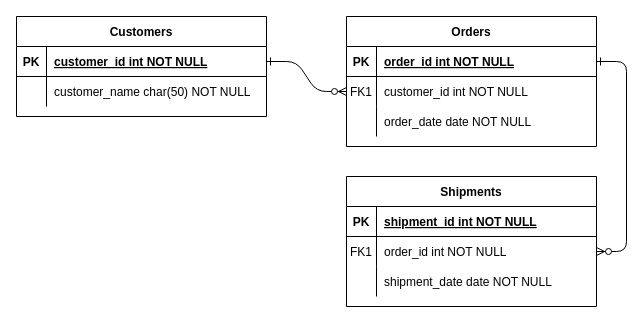
Above: 未命名绘图.drawio in hailunliu/warriers (draw.io), before the change. Source tidied: cells renumbered, new cells numbered last; positions are measured from the earlier drawing's top-left corner, leaving out a move shared by most shapes. Both pictures are drawn from the tidied source at 100%, with x=0, y=0 at pixel (16, 16).
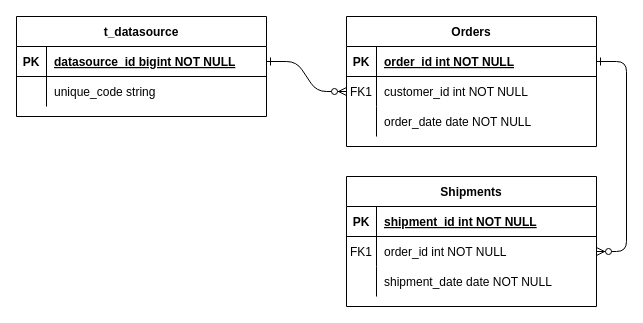
Above is the later version.

Commit message:
数据平台ER图.drawio

The change refers to these unchanged cells:
```xml
<mxCell id="25" style="shape=partialRectangle;fillColor=none;points=[[0,0.5],[1,0.5]];portConstraint=eastwest;top=0;left=0;right=0;bottom=1;" parent="24" vertex="1">
  <mxGeometry y="30" width="250" height="30" as="geometry" />
</mxCell>
<mxCell id="28" style="shape=partialRectangle;fillColor=none;top=0;left=0;right=0;bottom=0;" parent="24" vertex="1">
  <mxGeometry y="60" width="250" height="30" as="geometry" />
</mxCell>
```

Diff of the diagram source:
```diff
@@
-    <mxCell id="24" value="Customers" style="shape=table;startSize=30;childLayout=tableLayout;rowLines=0;fontStyle=1;align=center;" parent="1" vertex="1">
+    <mxCell id="24" value="t_datasource" style="shape=table;startSize=30;childLayout=tableLayout;rowLines=0;fontStyle=1;align=center;" parent="1" vertex="1">
       <mxGeometry width="250" height="100" as="geometry" />
     </mxCell>
@@
-    <mxCell id="27" value="customer_id int NOT NULL " style="shape=partialRectangle;overflow=hidden;fillColor=none;top=0;left=0;bottom=0;right=0;align=left;spacingLeft=6;fontStyle=5;" parent="25" vertex="1">
+    <mxCell id="27" value="datasource_id bigint NOT NULL " style="shape=partialRectangle;overflow=hidden;fillColor=none;top=0;left=0;bottom=0;right=0;align=left;spacingLeft=6;fontStyle=5;" parent="25" vertex="1">
       <mxGeometry x="30" width="220" height="30" as="geometry" />
     </mxCell>
@@
-    <mxCell id="30" value="customer_name char(50) NOT NULL" style="shape=partialRectangle;overflow=hidden;fillColor=none;top=0;left=0;bottom=0;right=0;align=left;spacingLeft=6;" parent="28" vertex="1">
+    <mxCell id="30" value="unique_code string" style="shape=partialRectangle;overflow=hidden;fillColor=none;top=0;left=0;bottom=0;right=0;align=left;spacingLeft=6;" parent="28" vertex="1">
       <mxGeometry x="30" width="220" height="30" as="geometry" />
     </mxCell>
```
